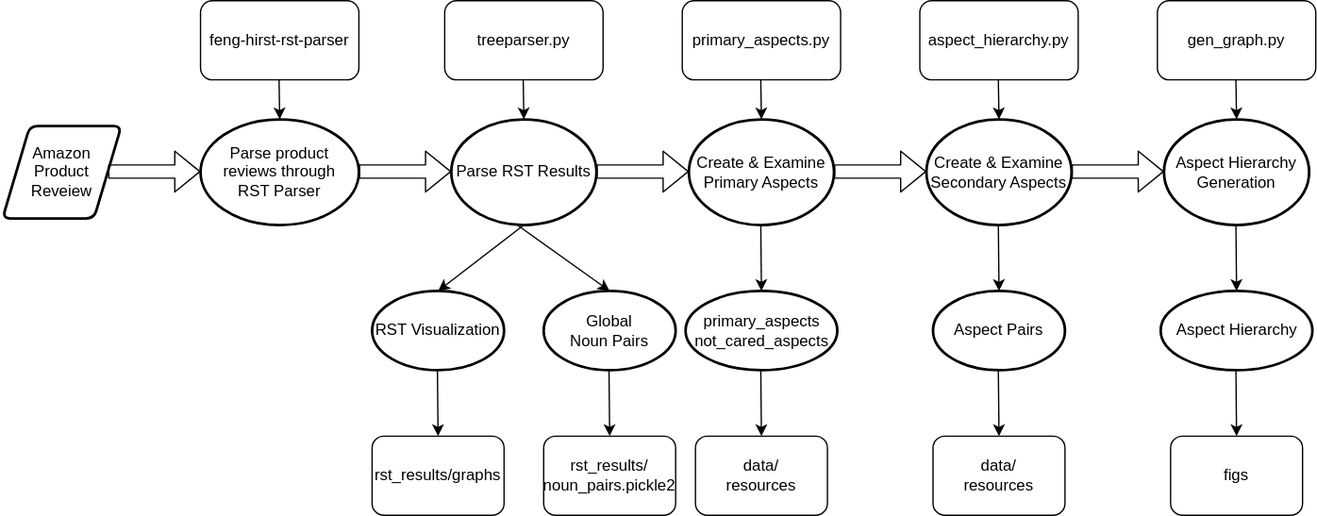
xinru1414/AspectHierarchy keeps this draw.io diagram as SysArc.svg. Above is the earlier version. Source tidied: cells renumbered, new cells last; positions are measured from the earlier drawing's top-left corner, leaving out a move shared by most shapes.
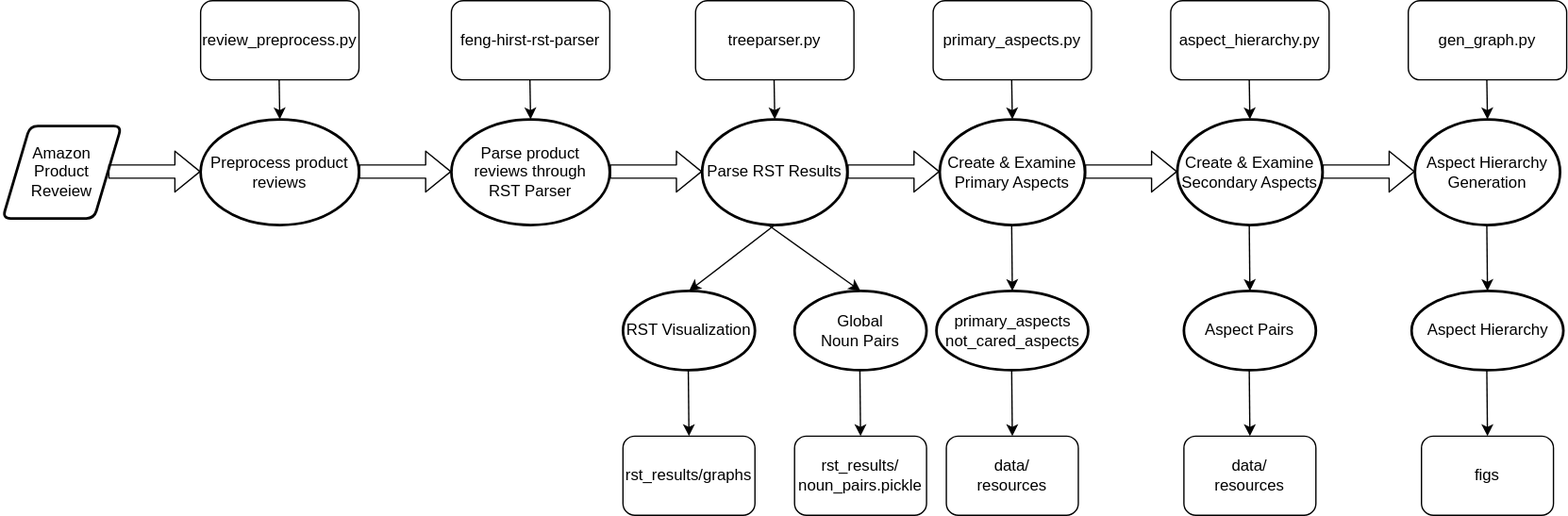
After the commit.

Diff of the diagram source:
```diff
@@ -19,7 +19,7 @@
       </mxGeometry>
     </mxCell>
     <mxCell id="5" value="Amazon Product Reveiew" style="shape=parallelogram;html=1;strokeWidth=2;perimeter=parallelogramPerimeter;whiteSpace=wrap;rounded=1;arcSize=12;size=0.23;" parent="1" vertex="1">
-      <mxGeometry y="95" width="90" height="70" as="geometry" />
+      <mxGeometry x="-190" y="95" width="90" height="70" as="geometry" />
     </mxCell>
     <mxCell id="6" value="&lt;span&gt;Parse product reviews through&lt;/span&gt;&lt;br&gt;&lt;span&gt;RST Parser&lt;/span&gt;" style="strokeWidth=2;html=1;shape=mxgraph.flowchart.start_1;whiteSpace=wrap;" parent="1" vertex="1">
       <mxGeometry x="150" y="90" width="120" height="80" as="geometry" />
@@ -158,7 +158,7 @@
         <mxPoint x="575" y="330" as="targetPoint" />
       </mxGeometry>
     </mxCell>
-    <mxCell id="37" value="rst_results/&lt;br&gt;noun_pairs.pickle2" style="rounded=1;whiteSpace=wrap;html=1;" parent="1" vertex="1">
+    <mxCell id="37" value="rst_results/&lt;br&gt;noun_pairs.pickle" style="rounded=1;whiteSpace=wrap;html=1;" parent="1" vertex="1">
       <mxGeometry x="410" y="330" width="100" height="60" as="geometry" />
     </mxCell>
     <mxCell id="38" value="data/&lt;br&gt;resources" style="rounded=1;whiteSpace=wrap;html=1;" parent="1" vertex="1">
@@ -182,5 +182,23 @@
     <mxCell id="42" value="figs" style="rounded=1;whiteSpace=wrap;html=1;" parent="1" vertex="1">
       <mxGeometry x="885" y="330" width="100" height="60" as="geometry" />
     </mxCell>
+    <mxCell id="43" value="Preprocess product reviews" style="strokeWidth=2;html=1;shape=mxgraph.flowchart.start_1;whiteSpace=wrap;" parent="1" vertex="1">
+      <mxGeometry x="-40" y="90" width="120" height="80" as="geometry" />
+    </mxCell>
+    <mxCell id="44" style="shape=flexArrow;endArrow=classic;html=1;" parent="1" edge="1">
+      <mxGeometry relative="1" as="geometry">
+        <mxPoint x="-110" y="129.5" as="sourcePoint" />
+        <mxPoint x="-40" y="129.5" as="targetPoint" />
+      </mxGeometry>
+    </mxCell>
+    <mxCell id="45" value="review_preprocess.py" style="rounded=1;whiteSpace=wrap;html=1;" parent="1" vertex="1">
+      <mxGeometry x="-40" width="120" height="60" as="geometry" />
+    </mxCell>
+    <mxCell id="46" style="endArrow=classic;html=1;" parent="1" edge="1">
+      <mxGeometry relative="1" as="geometry">
+        <mxPoint x="19.5" y="60" as="sourcePoint" />
+        <mxPoint x="20" y="90" as="targetPoint" />
+      </mxGeometry>
+    </mxCell>
   </root>
 </mxGraphModel>
```
